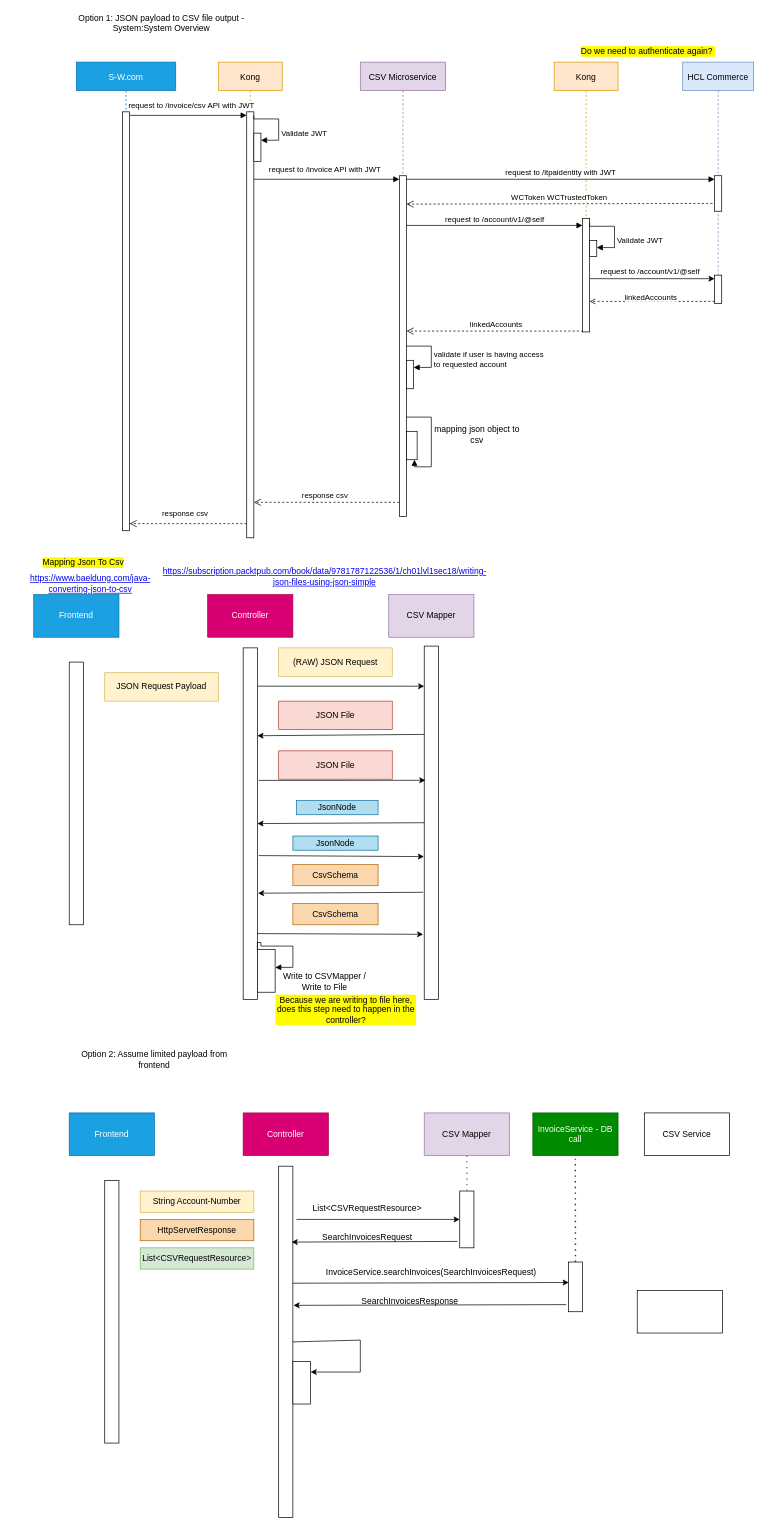
mem848/Draw.IO keeps this draw.io diagram as Untitled Diagram.drawio. Above is the earlier version. Source tidied: cells renumbered, new cells numbered last; positions are measured from the earlier drawing's top-left corner, leaving out a move shared by most shapes. Both pictures are drawn from the tidied source at 71%, with x=0, y=0 at pixel (12, 12).
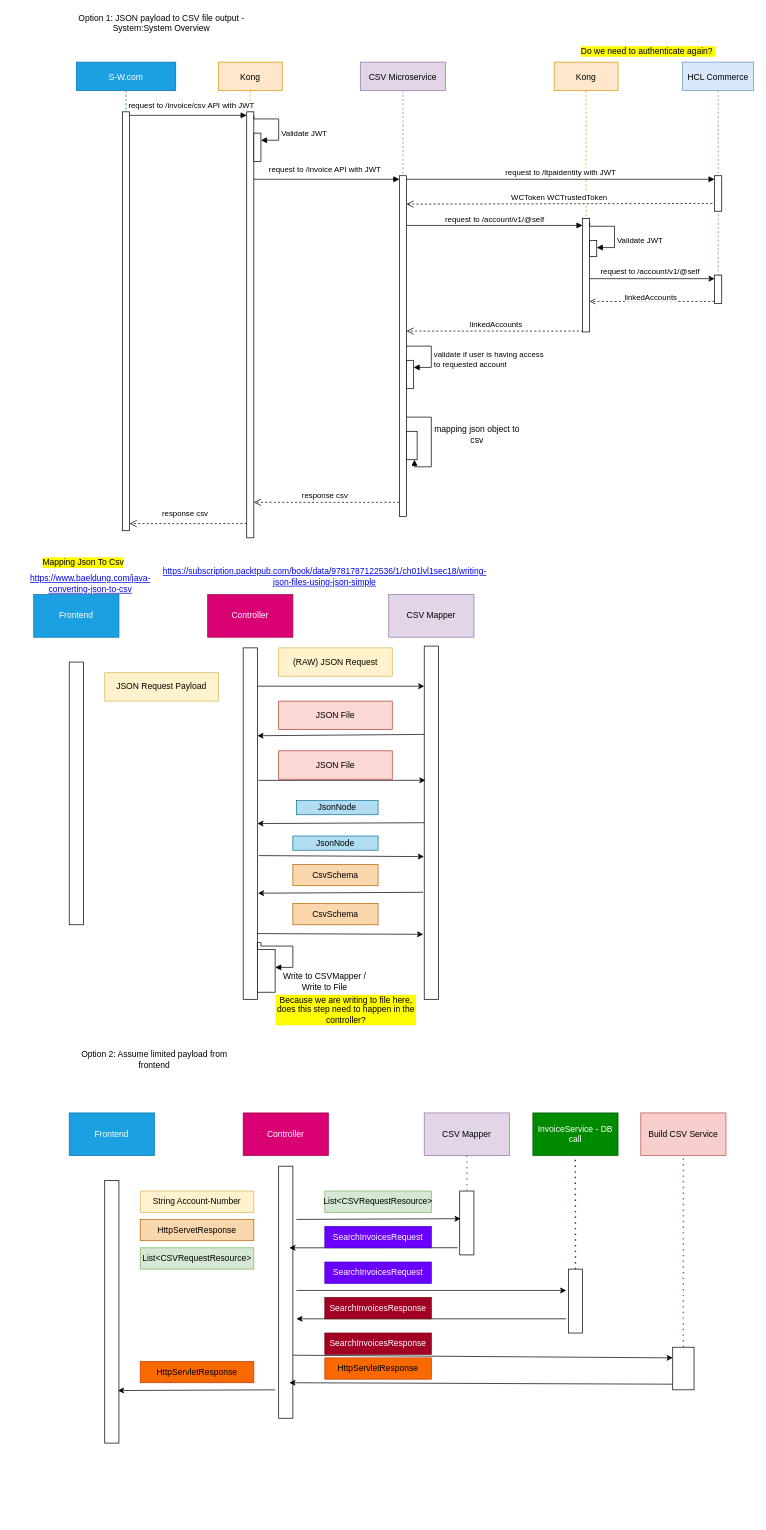
The same diagram, later.

Unchanged cells that the change refers to:
```xml
<mxCell id="72" style="rounded=0;whiteSpace=wrap;html=1;" parent="1" vertex="1">
  <mxGeometry x="130" y="1645" width="20" height="370" as="geometry" />
</mxCell>
```

Diff of the diagram source:
```diff
@@
     <mxCell id="73" style="rounded=0;whiteSpace=wrap;html=1;" parent="1" vertex="1">
-      <mxGeometry x="375" y="1625" width="20" height="495" as="geometry" />
+      <mxGeometry x="375" y="1625" width="20" height="355" as="geometry" />
     </mxCell>
     <mxCell id="74" style="rounded=0;whiteSpace=wrap;html=1;" parent="1" vertex="1">
-      <mxGeometry x="630" y="1660" width="20" height="80" as="geometry" />
+      <mxGeometry x="630" y="1660" width="20" height="90" as="geometry" />
     </mxCell>
-    <mxCell id="75" style="rounded=0;whiteSpace=wrap;html=1;" parent="1" vertex="1">
-      <mxGeometry x="395" y="1900" width="25" height="60" as="geometry" />
-    </mxCell>
@@
-    <mxCell id="77" style="endArrow=classic;html=1;rounded=0;entryX=1;entryY=0.25;entryDx=0;entryDy=0;exitX=1;exitY=0.5;exitDx=0;exitDy=0;" parent="1" edge="1" source="73" target="75">
-      <mxGeometry relative="1" as="geometry">
-        <Array as="points">
-          <mxPoint x="490" y="1870" />
-          <mxPoint x="490" y="1915" />
-        </Array>
-      </mxGeometry>
+    <mxCell id="77" style="endArrow=classic;html=1;rounded=0;exitX=1;exitY=0.75;exitDx=0;exitDy=0;entryX=0;entryY=0.25;entryDx=0;entryDy=0;" parent="1" edge="1" source="73" target="93">
+      <mxGeometry relative="1" as="geometry" />
     </mxCell>
@@
-    <mxCell id="81" style="endArrow=classic;html=1;rounded=0;entryX=0;entryY=0.5;entryDx=0;entryDy=0;" parent="1" edge="1" target="74">
+    <mxCell id="81" style="endArrow=classic;html=1;rounded=0;entryX=0.067;entryY=0.433;entryDx=0;entryDy=0;entryPerimeter=0;" parent="1" edge="1" target="74">
       <mxGeometry relative="1" as="geometry">
         <mxPoint x="400" y="1700" as="sourcePoint" />
       </mxGeometry>
     </mxCell>
-    <mxCell id="82" value="List&amp;lt;CSVRequestResource&amp;gt;" style="text;html=1;align=center;verticalAlign=middle;whiteSpace=wrap;rounded=0;" parent="1" vertex="1">
-      <mxGeometry x="470" y="1670" width="60" height="30" as="geometry" />
+    <mxCell id="82" value="List&amp;lt;CSVRequestResource&amp;gt;" style="text;html=1;align=center;verticalAlign=middle;whiteSpace=wrap;rounded=0;fillColor=#d5e8d4;strokeColor=#82b366;" parent="1" vertex="1">
+      <mxGeometry x="440" y="1660" width="150" height="30" as="geometry" />
     </mxCell>
-    <mxCell id="83" style="endArrow=classic;html=1;rounded=0;entryX=0.913;entryY=0.216;entryDx=0;entryDy=0;entryPerimeter=0;exitX=-0.153;exitY=0.887;exitDx=0;exitDy=0;exitPerimeter=0;" parent="1" edge="1" source="74" target="73">
-      <mxGeometry relative="1" as="geometry" />
+    <mxCell id="83" style="endArrow=classic;html=1;rounded=0;exitX=-0.153;exitY=0.887;exitDx=0;exitDy=0;exitPerimeter=0;" parent="1" edge="1" source="74">
+      <mxGeometry relative="1" as="geometry">
+        <mxPoint x="390" y="1740" as="targetPoint" />
+      </mxGeometry>
     </mxCell>
-    <mxCell id="84" value="SearchInvoicesRequest" style="text;html=1;align=center;verticalAlign=middle;whiteSpace=wrap;rounded=0;" parent="1" vertex="1">
-      <mxGeometry x="470" y="1710" width="60" height="30" as="geometry" />
+    <mxCell id="84" value="SearchInvoicesRequest" style="text;html=1;align=center;verticalAlign=middle;whiteSpace=wrap;rounded=0;fillColor=#6a00ff;fontColor=#ffffff;strokeColor=#3700CC;" parent="1" vertex="1">
+      <mxGeometry x="440" y="1710" width="150" height="30" as="geometry" />
     </mxCell>
@@
     <mxCell id="86" style="rounded=0;whiteSpace=wrap;html=1;" parent="1" vertex="1">
-      <mxGeometry x="783" y="1760" width="20" height="70" as="geometry" />
+      <mxGeometry x="783" y="1770" width="20" height="90" as="geometry" />
     </mxCell>
-    <mxCell id="87" style="endArrow=classic;html=1;rounded=0;exitX=0.992;exitY=0.333;exitDx=0;exitDy=0;exitPerimeter=0;entryX=0.028;entryY=0.412;entryDx=0;entryDy=0;entryPerimeter=0;" parent="1" edge="1" source="73" target="86">
-      <mxGeometry relative="1" as="geometry" />
+    <mxCell id="87" style="endArrow=classic;html=1;rounded=0;" parent="1" edge="1">
+      <mxGeometry relative="1" as="geometry">
+        <mxPoint x="400" y="1800" as="sourcePoint" />
+        <mxPoint x="780" y="1800" as="targetPoint" />
+      </mxGeometry>
     </mxCell>
-    <mxCell id="88" value="InvoiceService.searchInvoices(SearchInvoicesRequest)" style="text;html=1;align=center;verticalAlign=middle;whiteSpace=wrap;rounded=0;" parent="1" vertex="1">
-      <mxGeometry x="560" y="1760" width="60" height="30" as="geometry" />
+    <mxCell id="88" value="SearchInvoicesRequest" style="text;html=1;align=center;verticalAlign=middle;whiteSpace=wrap;rounded=0;fillColor=#6a00ff;fontColor=#ffffff;strokeColor=#3700CC;" parent="1" vertex="1">
+      <mxGeometry x="440" y="1760" width="150" height="30" as="geometry" />
     </mxCell>
@@
-    <mxCell id="90" style="endArrow=classic;html=1;rounded=0;entryX=1.044;entryY=0.396;entryDx=0;entryDy=0;entryPerimeter=0;" parent="1" edge="1" target="73">
+    <mxCell id="90" style="endArrow=classic;html=1;rounded=0;" parent="1" edge="1">
       <mxGeometry relative="1" as="geometry">
-        <mxPoint x="780" y="1820" as="sourcePoint" />
+        <mxPoint x="780" y="1840" as="sourcePoint" />
+        <mxPoint x="400" y="1840" as="targetPoint" />
       </mxGeometry>
     </mxCell>
-    <mxCell id="91" value="SearchInvoicesResponse" style="text;html=1;align=center;verticalAlign=middle;whiteSpace=wrap;rounded=0;" parent="1" vertex="1">
-      <mxGeometry x="530" y="1800" width="60" height="30" as="geometry" />
+    <mxCell id="91" value="SearchInvoicesResponse" style="text;html=1;align=center;verticalAlign=middle;whiteSpace=wrap;rounded=0;fillColor=#a20025;fontColor=#ffffff;strokeColor=#6F0000;" parent="1" vertex="1">
+      <mxGeometry x="440" y="1810" width="150" height="30" as="geometry" />
     </mxCell>
-    <mxCell id="92" value="CSV Service" style="rounded=0;whiteSpace=wrap;html=1;" parent="1" vertex="1">
-      <mxGeometry x="890" y="1550" width="120" height="60" as="geometry" />
+    <mxCell id="92" value="Build CSV Service" style="rounded=0;whiteSpace=wrap;html=1;fillColor=#f8cecc;strokeColor=#b85450;" parent="1" vertex="1">
+      <mxGeometry x="885" y="1550" width="120" height="60" as="geometry" />
     </mxCell>
     <mxCell id="93" style="rounded=0;whiteSpace=wrap;html=1;" parent="1" vertex="1">
-      <mxGeometry x="880" y="1800" width="120" height="60" as="geometry" />
+      <mxGeometry x="930" y="1880" width="30" height="60" as="geometry" />
     </mxCell>
+    <mxCell id="94" style="endArrow=none;dashed=1;html=1;dashPattern=1 3;strokeWidth=2;rounded=0;exitX=0.5;exitY=0;exitDx=0;exitDy=0;fillColor=#f8cecc;strokeColor=#b85450;entryX=0.5;entryY=1;entryDx=0;entryDy=0;" parent="1" edge="1" source="93" target="92">
+      <mxGeometry relative="1" as="geometry" />
+    </mxCell>
+    <mxCell id="95" value="SearchInvoicesResponse" style="text;html=1;align=center;verticalAlign=middle;whiteSpace=wrap;rounded=0;fillColor=#a20025;fontColor=#ffffff;strokeColor=#6F0000;" parent="1" vertex="1">
+      <mxGeometry x="440" y="1860" width="150" height="30" as="geometry" />
+    </mxCell>
+    <mxCell id="96" style="endArrow=classic;html=1;rounded=0;exitX=-0.001;exitY=0.868;exitDx=0;exitDy=0;exitPerimeter=0;" parent="1" edge="1" source="93">
+      <mxGeometry relative="1" as="geometry">
+        <mxPoint x="390" y="1930" as="targetPoint" />
+      </mxGeometry>
+    </mxCell>
+    <mxCell id="97" value="HttpServletResponse" style="text;html=1;align=center;verticalAlign=middle;whiteSpace=wrap;rounded=0;fillColor=#fa6800;fontColor=#000000;strokeColor=#C73500;" parent="1" vertex="1">
+      <mxGeometry x="440" y="1895" width="150" height="30" as="geometry" />
+    </mxCell>
+    <mxCell id="98" style="endArrow=classic;html=1;rounded=0;entryX=0.929;entryY=0.8;entryDx=0;entryDy=0;entryPerimeter=0;" parent="1" edge="1" target="72">
+      <mxGeometry relative="1" as="geometry">
+        <mxPoint x="370" y="1940" as="sourcePoint" />
+      </mxGeometry>
+    </mxCell>
+    <mxCell id="99" value="HttpServletResponse" style="text;html=1;align=center;verticalAlign=middle;whiteSpace=wrap;rounded=0;fillColor=#fa6800;fontColor=#000000;strokeColor=#C73500;" parent="1" vertex="1">
+      <mxGeometry x="180" y="1900" width="160" height="30" as="geometry" />
+    </mxCell>
```
